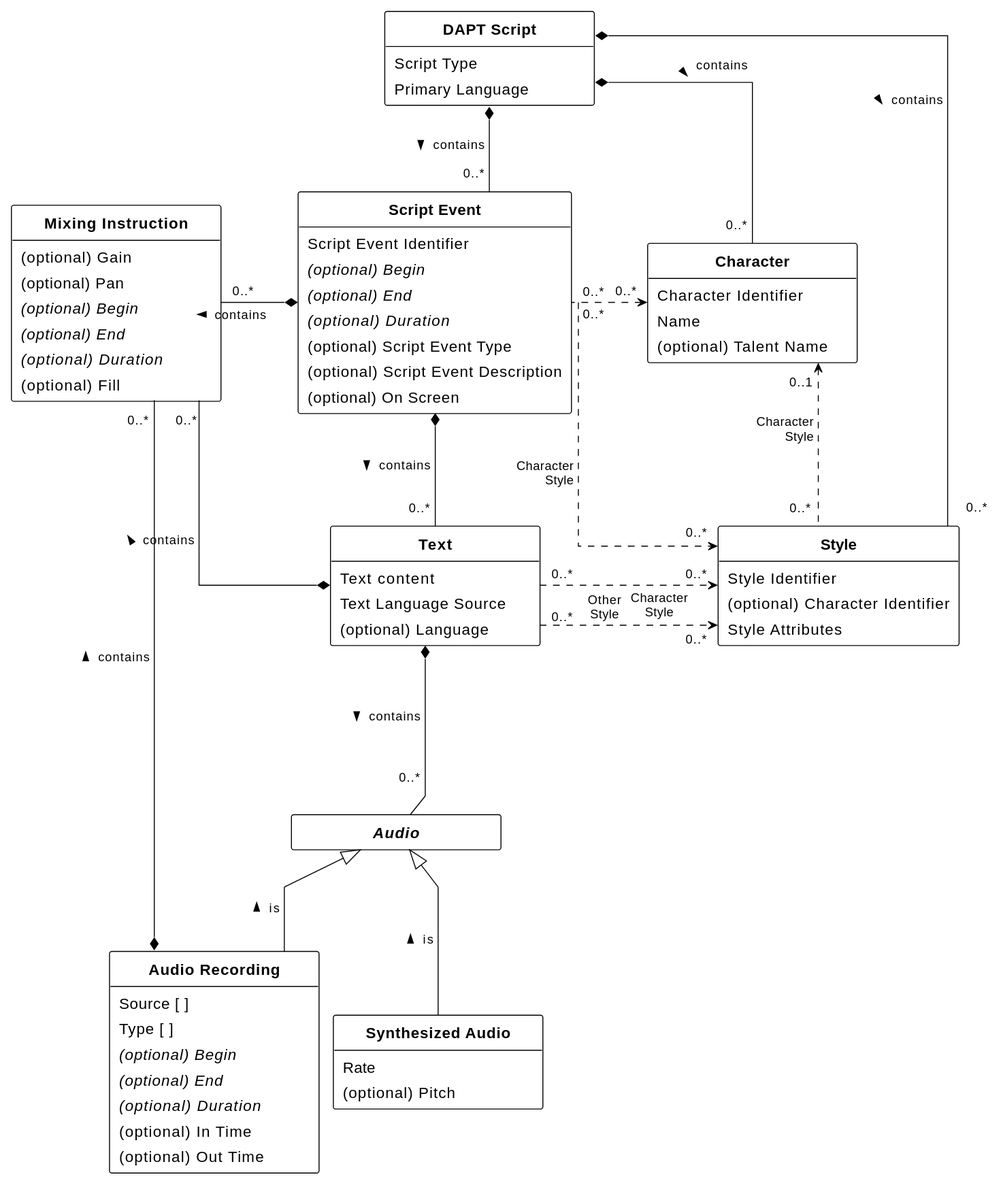
w3c/dapt keeps this PlantUML diagram as figures/class-diagram.svg. Above is the earlier version.
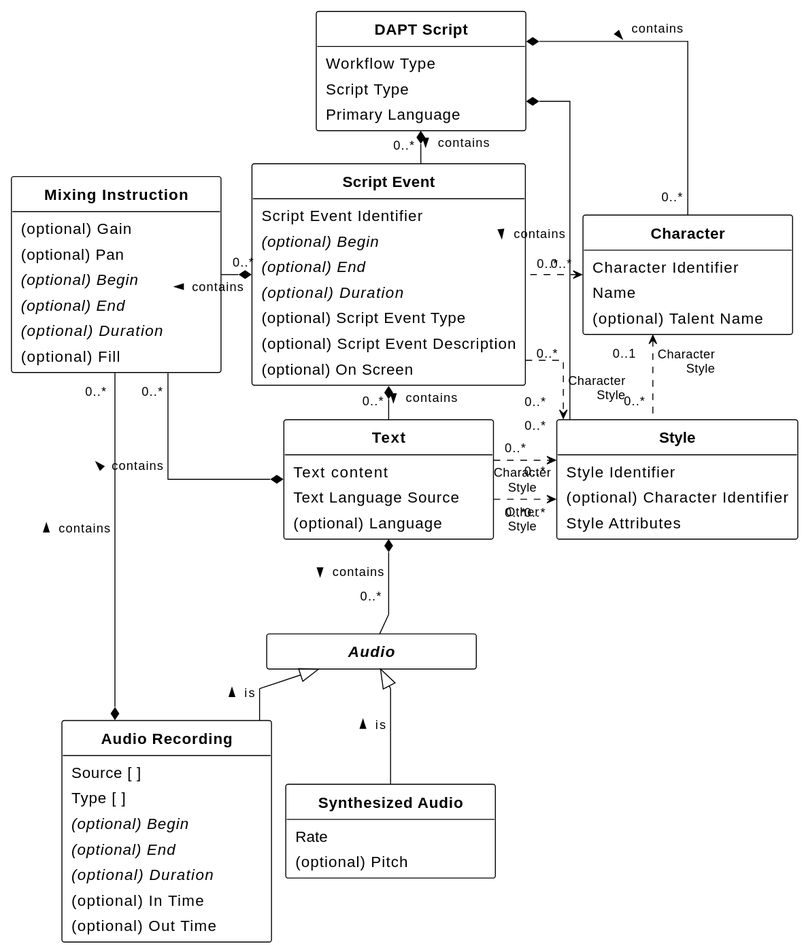
The same diagram one commit later.

Commit message:
update class diagram to add the workflow type property

Change to the diagram source:
```diff
@@ -14,6 +14,7 @@
 
 together {
     Class DAPTScript as "**DAPT Script**" [[#dapt-script]] {
+        Workflow Type [[[#workflow-type]]]
         Script Type [[[#script-type]]]
         Primary Language [[[#primary-language]]]
     }
```
